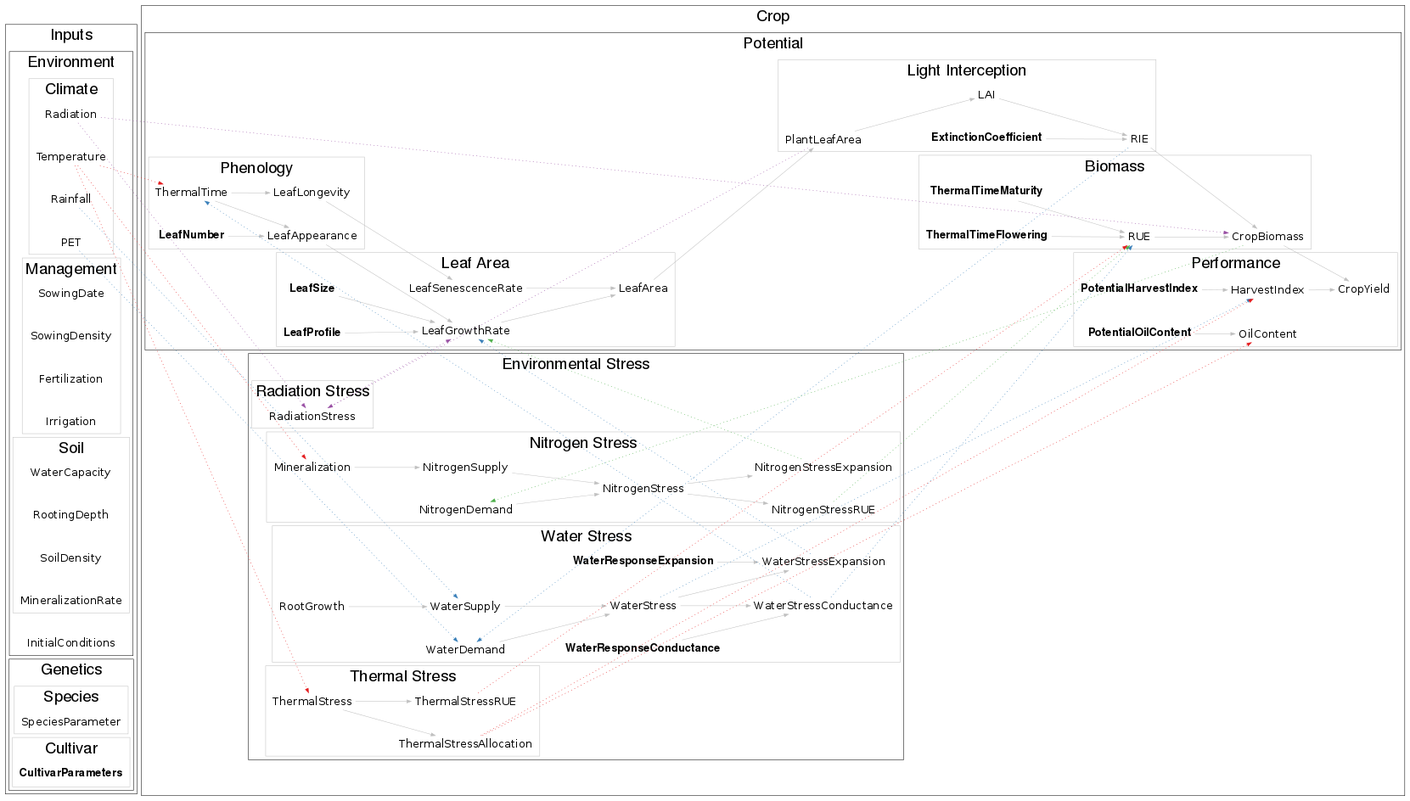
picasa/rsunflo keeps this Graphviz diagram as inst/doc/files/structure.png. Above is the earlier version. Its source is kept beside it as inst/doc/files/structure.dot. The source it was exported from:
```dot
/* Graphe de dépendance */
/* dot -T pdf -o structure.pdf structure.dot  */

digraph G {
  dpi=200
  size = "8.3, 11.7"
  fontname = Helvetica
  fontnames = "ps"
  compound = true
	rankdir = LR
  ranksep = "0.8"
	nodesep = "0.8"
  splines = line
	ratio = "auto"

	node [shape=plaintext, fontsize=25]
	bgcolor=white
	edge [arrowsize=1, color=gray]

  CultivarParameters -> ThermalTime [style=invis] // Vertical alignment
	CultivarParameters [fontname="Helvetica Bold"]
	ThermalTimeFlowering [fontname="Helvetica Bold"]
	ThermalTimeMaturity [fontname="Helvetica Bold"]
	LeafNumber [fontname="Helvetica Bold"]
	LeafSize [fontname="Helvetica Bold"]
	LeafProfile [fontname="Helvetica Bold"]
	ExtinctionCoefficient [fontname="Helvetica Bold"]
	PotentialHarvestIndex [fontname="Helvetica Bold"]
	PotentialOilContent [fontname="Helvetica Bold"]
	WaterResponseExpansion [fontname="Helvetica Bold"]
	WaterResponseConductance [fontname="Helvetica Bold"]


	subgraph clusterInputs {
		label="Inputs"
		fontsize=35

	    subgraph clusterInputEnvironment {
			label="Environment"
			fontsize=35

			InitialConditions

      subgraph clusterInputEnvironmentClimate {
				label="Climate"
				fontsize=35
				pencolor=gray

				Temperature
				Radiation
				PET
				Rainfall
			}

      subgraph clusterInputEnvironmentManagement {
				label="Management"
				fontsize=35
				pencolor=gray

				SowingDate
				SowingDensity
				Fertilization
				Irrigation
			}

		  subgraph clusterInputEnvironmentSoil {
				label="Soil"
				fontsize=35
				pencolor=gray

				WaterCapacity
				RootingDepth
				SoilDensity
				MineralizationRate
			}
		}

	    subgraph clusterInputGenetics {
			label="Genetics"
			fontsize=35

		    subgraph clusterInputGeneticsSpecies {
				label="Species"
				fontsize=35
				pencolor=gray

				SpeciesParameter
			}

		    subgraph clusterInputGeneticsCultivar {
				label="Cultivar"
				fontsize=35
				pencolor=gray

				CultivarParameters
			}
		}
    }


	subgraph clusterCrop {
		label="Crop"
		fontsize=35


	    subgraph clusterCropPotential {
			label="Potential"
			fontsize=35

			subgraph clusterCropPhenology {
				label="Phenology"
				fontsize=35
				pencolor=gray

				LeafNumber -> LeafAppearance
				Temperature -> ThermalTime [style=dotted, colorscheme=set14, color=1]

				ThermalTime -> {LeafAppearance LeafLongevity}
				LeafAppearance
				LeafLongevity

			}

		  subgraph clusterCropLeafArea {
				label="Leaf Area"
				fontsize=35
				pencolor=gray

				{LeafProfile LeafSize} -> LeafGrowthRate
				LeafAppearance -> LeafGrowthRate
				LeafLongevity -> LeafSenescenceRate

				LeafGrowthRate -> LeafArea
				LeafSenescenceRate -> LeafArea
			}

      subgraph clusterCropInterception {
				label="Light Interception"
				fontsize=35
				pencolor=gray

				ExtinctionCoefficient -> RIE
				LeafArea -> PlantLeafArea

				PlantLeafArea -> LAI
				LAI -> RIE
		    }

		  subgraph clusterCropBiomass {
				label="Biomass"
				fontsize=35
				pencolor=gray

				{ThermalTimeFlowering ThermalTimeMaturity} -> RUE
				Radiation -> CropBiomass [style=dotted, colorscheme=set14, color=4]
				RIE -> CropBiomass

				RUE -> CropBiomass
				CropBiomass
		    }

		  subgraph clusterCropPerformance {
				label="Performance"
				fontsize=35
				pencolor=gray

				PotentialHarvestIndex -> HarvestIndex
				PotentialOilContent -> OilContent
				CropBiomass -> CropYield

				HarvestIndex -> CropYield
				OilContent
			}


		}

	    subgraph clusterCropStress {
			label="Environmental Stress"
			fontsize=35

      subgraph clusterCropStressWater {
				label="Water Stress"
				fontsize=35
				pencolor=gray

				WaterResponseConductance -> WaterStressConductance
				WaterResponseExpansion -> WaterStressExpansion
				{RIE PET} -> WaterDemand [style=dotted, colorscheme=set14, color=2]
				{Rainfall} -> WaterSupply [style=dotted, colorscheme=set14, color=2]

				RootGrowth -> WaterSupply
				{WaterSupply WaterDemand} -> WaterStress
				WaterStress -> {WaterStressConductance WaterStressExpansion}

				WaterStressExpansion -> LeafGrowthRate [style=dotted, colorscheme=set14, color=2]
				WaterStressConductance -> {ThermalTime RUE} [style=dotted, colorscheme=set14, color=2]
				WaterStress -> HarvestIndex [style=dotted, colorscheme=set14, color=2]
		    }

      subgraph clusterCropStressNitrogen {
				label="Nitrogen Stress"
				fontsize=35
				pencolor=gray

				Temperature -> Mineralization [style=dotted, colorscheme=set14, color=1]
				CropBiomass -> NitrogenDemand [style=dotted, colorscheme=set14, color=3]

				Mineralization -> NitrogenSupply
				{NitrogenSupply NitrogenDemand} -> NitrogenStress
				NitrogenStress -> {NitrogenStressRUE NitrogenStressExpansion}

				NitrogenStressExpansion -> LeafGrowthRate [style=dotted, colorscheme=set14, color=3]
				NitrogenStressRUE -> RUE [style=dotted, colorscheme=set14, color=3]

		    }

		  subgraph clusterCropStressTemperature {
				label="Thermal Stress"
				fontsize=35
				pencolor=gray

				Temperature -> ThermalStress [style=dotted, colorscheme=set14, color=1]

				ThermalStress -> {ThermalStressRUE ThermalStressAllocation}

				ThermalStressRUE -> RUE [style=dotted, colorscheme=set14, color=1]
				ThermalStressAllocation -> {HarvestIndex OilContent} [style=dotted, colorscheme=set14, color=1]
			}

		  subgraph clusterCropStressRadiation {
				label="Radiation Stress"
				fontsize=35
				pencolor=gray

				Radiation -> RadiationStress [style=dotted, colorscheme=set14, color=4]
				PlantLeafArea -> RadiationStress [style=dotted, colorscheme=set14, color=4]

				RadiationStress -> LeafGrowthRate [style=dotted, colorscheme=set14, color=4]
		    }
		}
	}
}


```
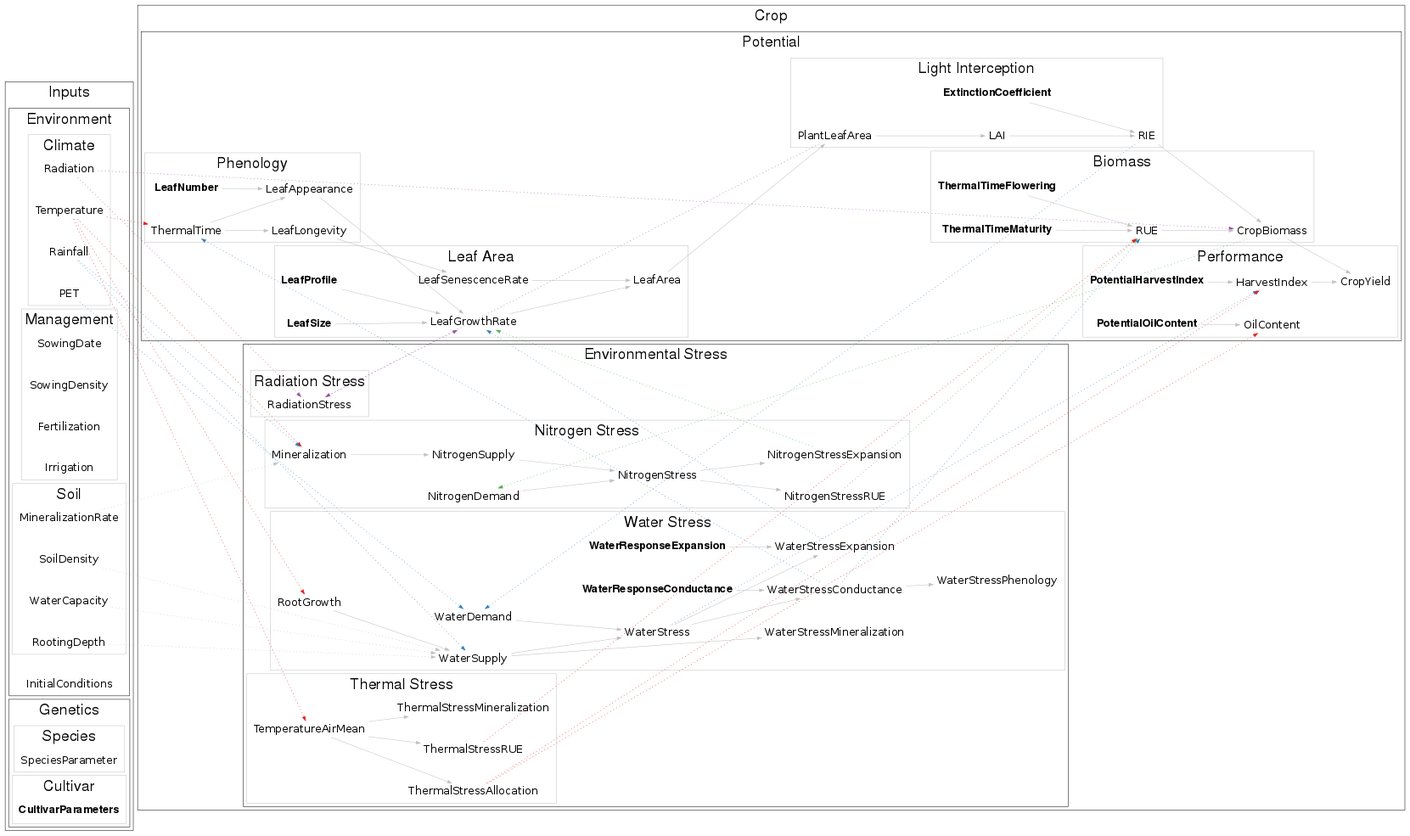
Later version of the same file.

What changed in the source:
```diff
@@ -17,7 +17,8 @@
 	bgcolor=white
 	edge [arrowsize=1, color=gray]
 
-  CultivarParameters -> ThermalTime [style=invis] // Vertical alignment
+	CultivarParameters -> ThermalTime [style=invis] // Vertical alignment
+
 	CultivarParameters [fontname="Helvetica Bold"]
 	ThermalTimeFlowering [fontname="Helvetica Bold"]
 	ThermalTimeMaturity [fontname="Helvetica Bold"]
@@ -188,14 +189,20 @@
 				WaterResponseExpansion -> WaterStressExpansion
 				{RIE PET} -> WaterDemand [style=dotted, colorscheme=set14, color=2]
 				{Rainfall} -> WaterSupply [style=dotted, colorscheme=set14, color=2]
+				Temperature -> {RootGrowth} [style=dotted, colorscheme=set14, color=1]
+				{WaterCapacity RootingDepth SoilDensity} -> WaterSupply [style=dotted]
 
 				RootGrowth -> WaterSupply
 				{WaterSupply WaterDemand} -> WaterStress
+				WaterSupply -> WaterStressMineralization
 				WaterStress -> {WaterStressConductance WaterStressExpansion}
+				WaterStressConductance -> WaterStressPhenology
 
 				WaterStressExpansion -> LeafGrowthRate [style=dotted, colorscheme=set14, color=2]
 				WaterStressConductance -> {ThermalTime RUE} [style=dotted, colorscheme=set14, color=2]
 				WaterStress -> HarvestIndex [style=dotted, colorscheme=set14, color=2]
+
+				{rank=same; WaterStressConductance; WaterStressExpansion; WaterStressMineralization}
 		    }
 
       subgraph clusterCropStressNitrogen {
@@ -204,6 +211,8 @@
 				pencolor=gray
 
 				Temperature -> Mineralization [style=dotted, colorscheme=set14, color=1]
+				MineralizationRate -> Mineralization [style=dotted]
+				Rainfall -> Mineralization [style=dotted, colorscheme=set14, color=2]
 				CropBiomass -> NitrogenDemand [style=dotted, colorscheme=set14, color=3]
 
 				Mineralization -> NitrogenSupply
@@ -220,12 +229,13 @@
 				fontsize=35
 				pencolor=gray
 
-				Temperature -> ThermalStress [style=dotted, colorscheme=set14, color=1]
+				Temperature -> {TemperatureAirMean} [style=dotted, colorscheme=set14, color=1]
 
-				ThermalStress -> {ThermalStressRUE ThermalStressAllocation}
+				TemperatureAirMean -> {ThermalStressRUE ThermalStressAllocation ThermalStressMineralization}
 
 				ThermalStressRUE -> RUE [style=dotted, colorscheme=set14, color=1]
 				ThermalStressAllocation -> {HarvestIndex OilContent} [style=dotted, colorscheme=set14, color=1]
+
 			}
 
 		  subgraph clusterCropStressRadiation {
```
